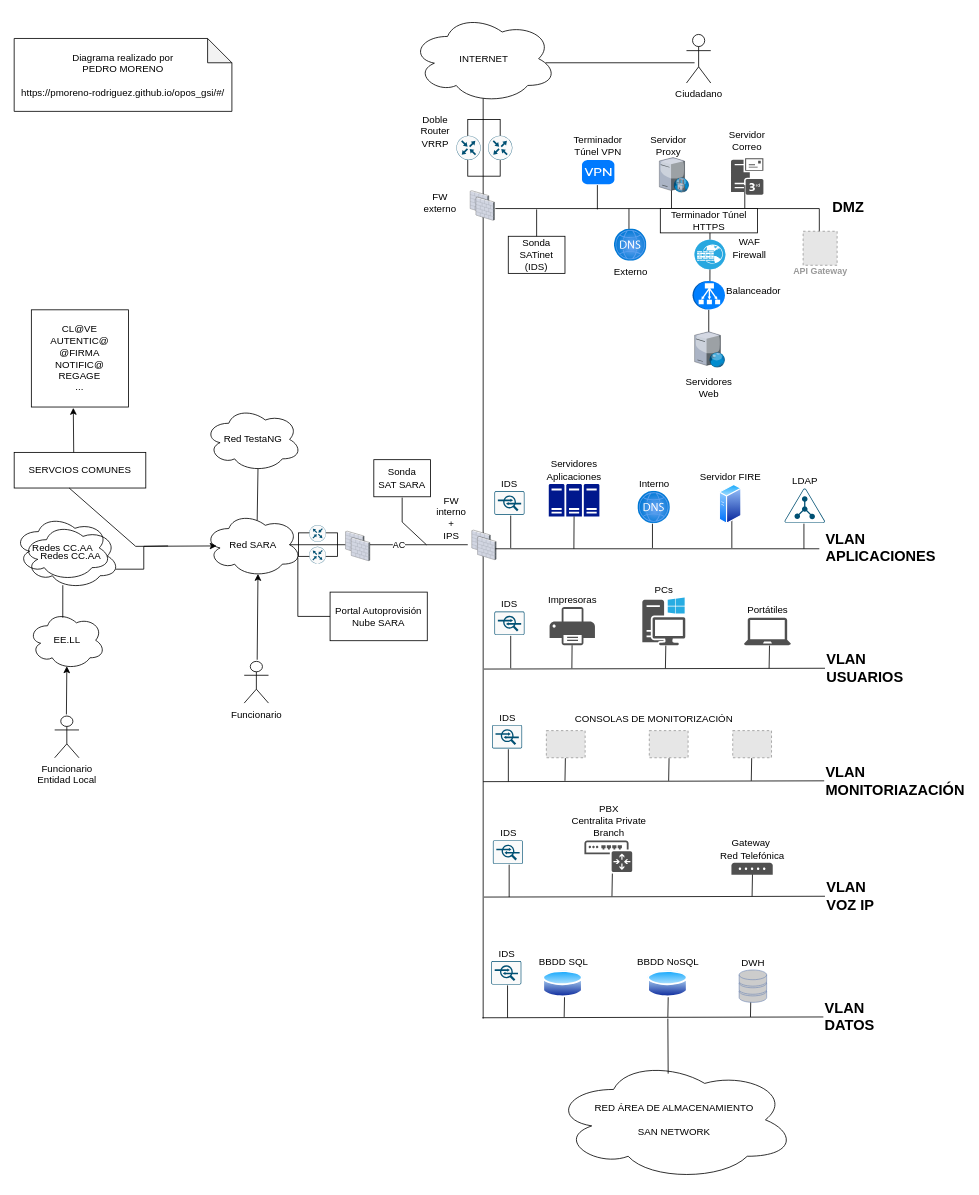
Above: docs/diagramas/Diagrama-red-ampliado.drawio in pmoreno-rodriguez/opos_gsi (draw.io), before the change. Source tidied: cells renumbered, new cells numbered last; positions are measured from the earlier drawing's top-left corner, leaving out a move shared by most shapes. Both pictures are drawn from the tidied source at 81%, with x=0, y=0 at pixel (14, 14). Pictures stored in the file or linked from it are replaced by grey dashed boxes.
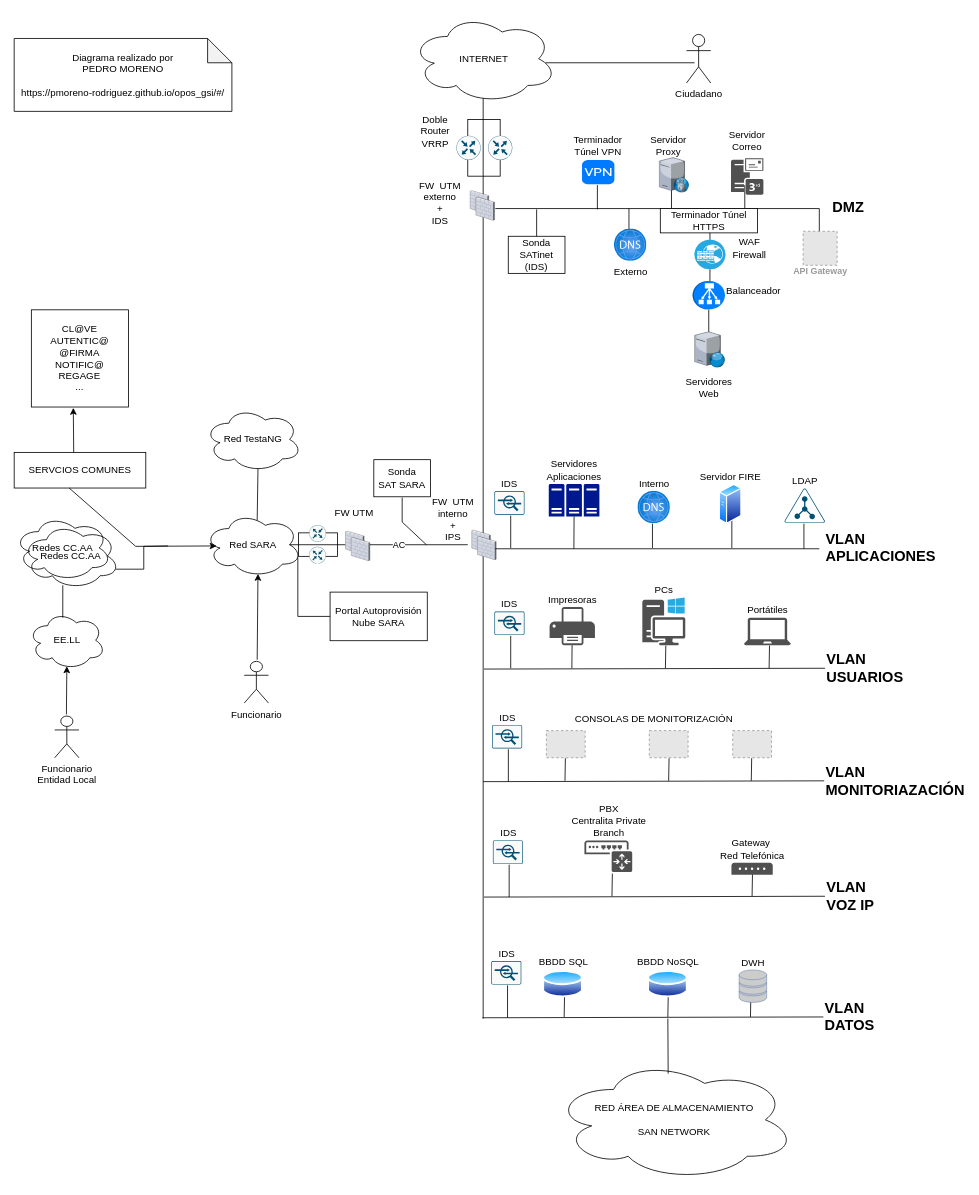
Above is the later version.

Commit message (it also covers changes not shown here):
añadido UTM a los FW

The edit, as a diff of the source:
```diff
@@
-    <mxCell id="16" value="FW externo" style="text;html=1;align=center;verticalAlign=middle;whiteSpace=wrap;rounded=0;" parent="1" vertex="1">
+    <mxCell id="16" value="FW&amp;nbsp; UTM&lt;div&gt;externo&lt;/div&gt;&lt;div&gt;+&lt;/div&gt;&lt;div&gt;IDS&lt;/div&gt;" style="text;html=1;align=center;verticalAlign=middle;whiteSpace=wrap;rounded=0;" parent="1" vertex="1">
       <mxGeometry x="496" y="218" width="60" height="30" as="geometry" />
     </mxCell>
@@
-    <mxCell id="35" value="FW interno&lt;br&gt;+&lt;br&gt;IPS" style="text;html=1;align=center;verticalAlign=middle;whiteSpace=wrap;rounded=0;" parent="1" vertex="1">
-      <mxGeometry x="510" y="607" width="60" height="30" as="geometry" />
+    <mxCell id="35" value="FW&amp;nbsp; UTM&lt;div&gt;interno&lt;br&gt;+&lt;br&gt;IPS&lt;/div&gt;" style="text;html=1;align=center;verticalAlign=middle;whiteSpace=wrap;rounded=0;" parent="1" vertex="1">
+      <mxGeometry x="512" y="609" width="60" height="30" as="geometry" />
     </mxCell>
@@
+    <mxCell id="155" value="FW UTM" style="text;html=1;align=center;verticalAlign=middle;whiteSpace=wrap;rounded=0;" parent="1" vertex="1">
+      <mxGeometry x="390" y="600.6" width="60" height="30" as="geometry" />
+    </mxCell>
```
